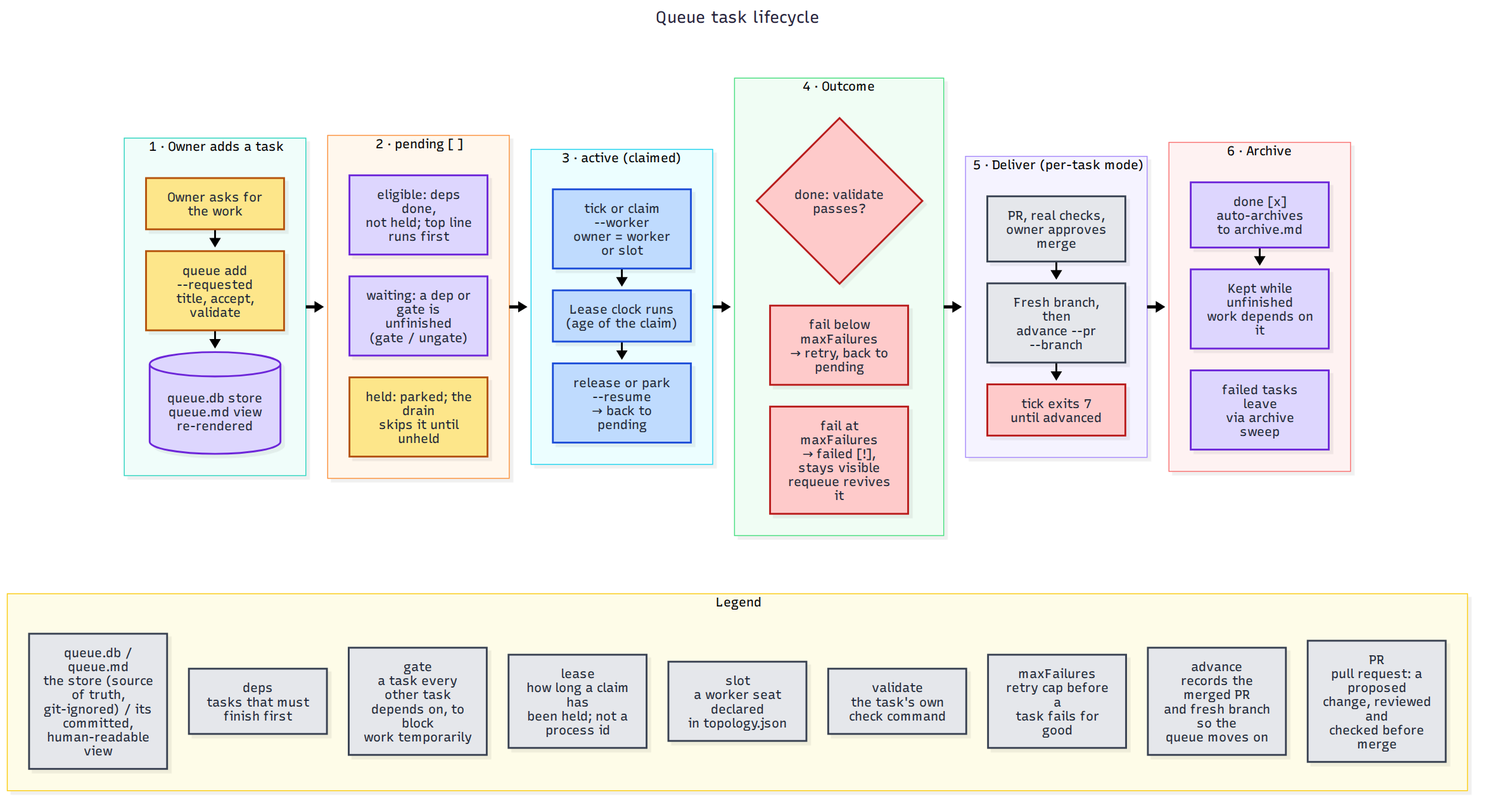
This is docs/diagrams/generated/queue-lifecycle.png from victusfate/scaffold, a Mermaid export, as it was before one commit. Its source is kept beside it as docs/diagrams/src/queue-lifecycle.mmd. Source of this version:
```mermaid
---
title: Queue task lifecycle
---
flowchart TB
  classDef owner fill:#fde68a,stroke:#b45309,color:#1f2937
  classDef orch fill:#bfdbfe,stroke:#1d4ed8,color:#1f2937
  classDef state fill:#ddd6fe,stroke:#6d28d9,color:#1f2937
  classDef lane fill:#bbf7d0,stroke:#15803d,color:#1f2937
  classDef git fill:#e5e7eb,stroke:#374151,color:#1f2937
  classDef gate fill:#fecaca,stroke:#b91c1c,color:#1f2937


  subgraph FLOW[" "]
  direction LR

  subgraph ADD["1 · Owner adds a task"]
    direction TB
    A1["Owner asks for the work"]:::owner
    A2["queue add --requested<br/>title, accept, validate"]:::owner
    A3[("queue.db store<br/>queue.md view re-rendered")]:::state
    A1 --> A2 --> A3
  end

  subgraph PENDING["2 · pending [ ]"]
    direction TB
    P1["eligible: deps done,<br/>not held; top line<br/>runs first"]:::state
    P2["waiting: a dep or<br/>gate is unfinished<br/>(gate / ungate)"]:::state
    P3["held: parked; the drain<br/>skips it until unheld"]:::owner
    P1 ~~~ P2 ~~~ P3
  end

  subgraph ACTIVE["3 · active (claimed)"]
    direction TB
    C1["tick or claim --worker<br/>owner = worker or slot"]:::orch
    C2["Lease clock runs<br/>(age of the claim)"]:::orch
    C3["release or park --resume<br/>→ back to pending"]:::orch
    C1 --> C2 --> C3
  end

  subgraph OUTCOME["4 · Outcome"]
    direction TB
    O1{"done: validate passes?"}:::gate
    O2["fail below maxFailures<br/>→ retry, back to pending"]:::gate
    O3["fail at maxFailures<br/>→ failed [!], stays visible<br/>requeue revives it"]:::gate
    O1 ~~~ O2 ~~~ O3
  end

  subgraph DELIVER["5 · Deliver (per-task mode)"]
    direction TB
    D1["PR, real checks,<br/>owner approves merge"]:::git
    D2["Fresh branch, then<br/>advance --pr --branch"]:::git
    D3["tick exits 7<br/>until advanced"]:::gate
    D1 --> D2 --> D3
  end

  subgraph ARCHIVE["6 · Archive"]
    direction TB
    R1["done [x] auto-archives<br/>to archive.md"]:::state
    R2["Kept while unfinished<br/>work depends on it"]:::state
    R3["failed tasks leave<br/>via archive sweep"]:::state
    R1 --> R2
    R2 ~~~ R3
  end

  ADD ==> PENDING ==> ACTIVE ==> OUTCOME ==> DELIVER ==> ARCHIVE
  end
  style FLOW fill:none,stroke:none

  subgraph LEGEND["Legend"]
    direction LR
    L1["queue.db / queue.md<br/>the store (source of truth,<br/>git-ignored) / its committed,<br/>human-readable view"]:::git
    L2["deps<br/>tasks that must<br/>finish first"]:::git
    L3["gate<br/>a task every other task<br/>depends on, to block<br/>work temporarily"]:::git
    L4["lease<br/>how long a claim has<br/>been held; not a<br/>process id"]:::git
    L5["slot<br/>a worker seat declared<br/>in topology.json"]:::git
    L6["validate<br/>the task's own<br/>check command"]:::git
    L7["maxFailures<br/>retry cap before a<br/>task fails for good"]:::git
    L8["advance<br/>records the merged PR<br/>and fresh branch so the<br/>queue moves on"]:::git
    L9["PR<br/>pull request: a proposed<br/>change, reviewed and<br/>checked before merge"]:::git
    L1 ~~~ L2 ~~~ L3 ~~~ L4 ~~~ L5 ~~~ L6 ~~~ L7 ~~~ L8 ~~~ L9
  end

  FLOW ~~~ LEGEND
```
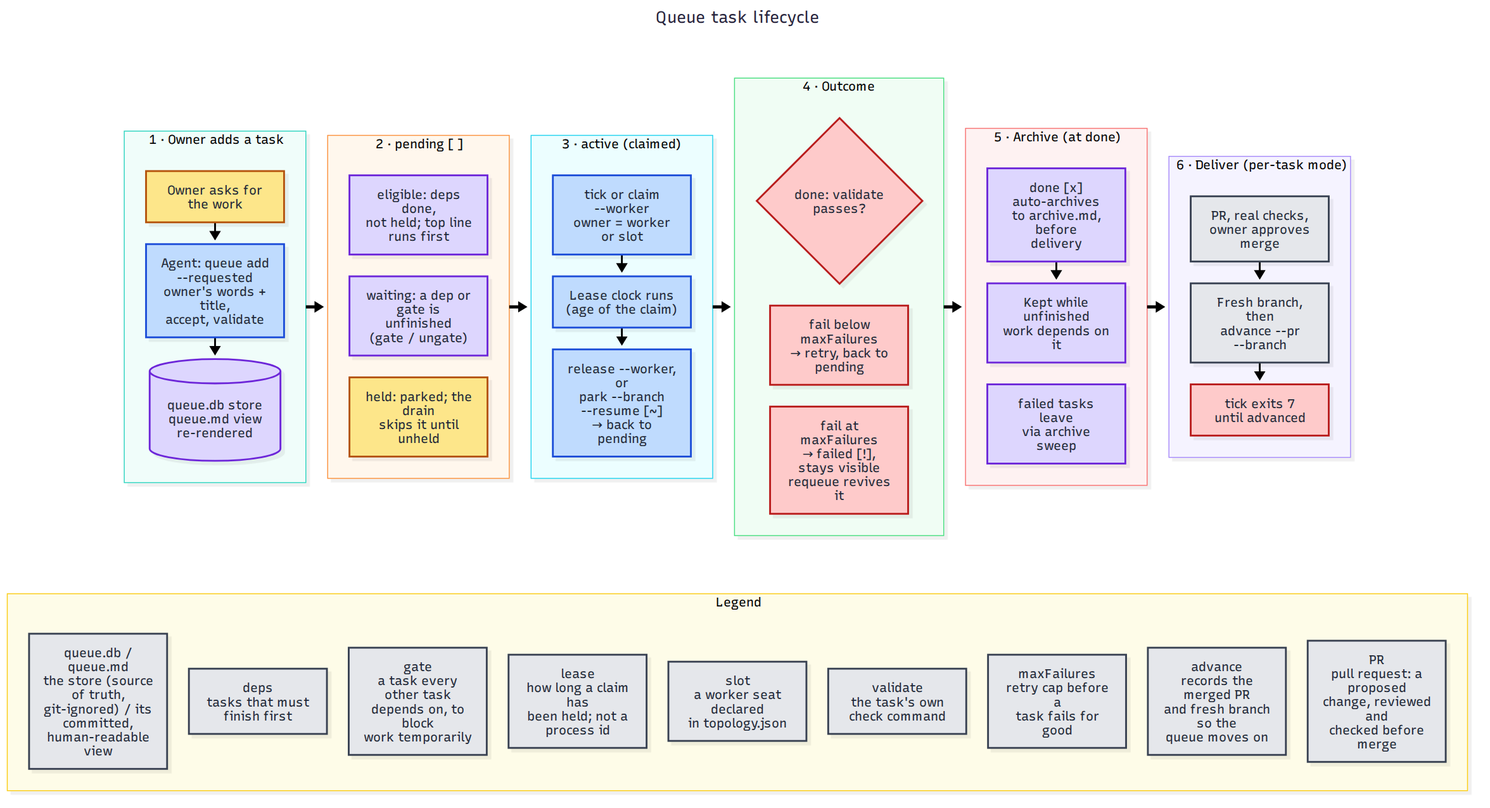
Above is the later version.

The edit, as a diff of the source:
```diff
@@ -16,7 +16,7 @@
   subgraph ADD["1 · Owner adds a task"]
     direction TB
     A1["Owner asks for the work"]:::owner
-    A2["queue add --requested<br/>title, accept, validate"]:::owner
+    A2["Agent: queue add --requested<br/>owner's words + title,<br/>accept, validate"]:::orch
     A3[("queue.db store<br/>queue.md view re-rendered")]:::state
     A1 --> A2 --> A3
   end
@@ -33,7 +33,7 @@
     direction TB
     C1["tick or claim --worker<br/>owner = worker or slot"]:::orch
     C2["Lease clock runs<br/>(age of the claim)"]:::orch
-    C3["release or park --resume<br/>→ back to pending"]:::orch
+    C3["release --worker, or<br/>park --branch --resume [~]<br/>→ back to pending"]:::orch
     C1 --> C2 --> C3
   end
 
@@ -45,7 +45,7 @@
     O1 ~~~ O2 ~~~ O3
   end
 
-  subgraph DELIVER["5 · Deliver (per-task mode)"]
+  subgraph DELIVER["6 · Deliver (per-task mode)"]
     direction TB
     D1["PR, real checks,<br/>owner approves merge"]:::git
     D2["Fresh branch, then<br/>advance --pr --branch"]:::git
@@ -53,16 +53,16 @@
     D1 --> D2 --> D3
   end
 
-  subgraph ARCHIVE["6 · Archive"]
+  subgraph ARCHIVE["5 · Archive (at done)"]
     direction TB
-    R1["done [x] auto-archives<br/>to archive.md"]:::state
+    R1["done [x] auto-archives<br/>to archive.md, before<br/>delivery"]:::state
     R2["Kept while unfinished<br/>work depends on it"]:::state
     R3["failed tasks leave<br/>via archive sweep"]:::state
     R1 --> R2
     R2 ~~~ R3
   end
 
-  ADD ==> PENDING ==> ACTIVE ==> OUTCOME ==> DELIVER ==> ARCHIVE
+  ADD ==> PENDING ==> ACTIVE ==> OUTCOME ==> ARCHIVE ==> DELIVER
   end
   style FLOW fill:none,stroke:none
 
```
